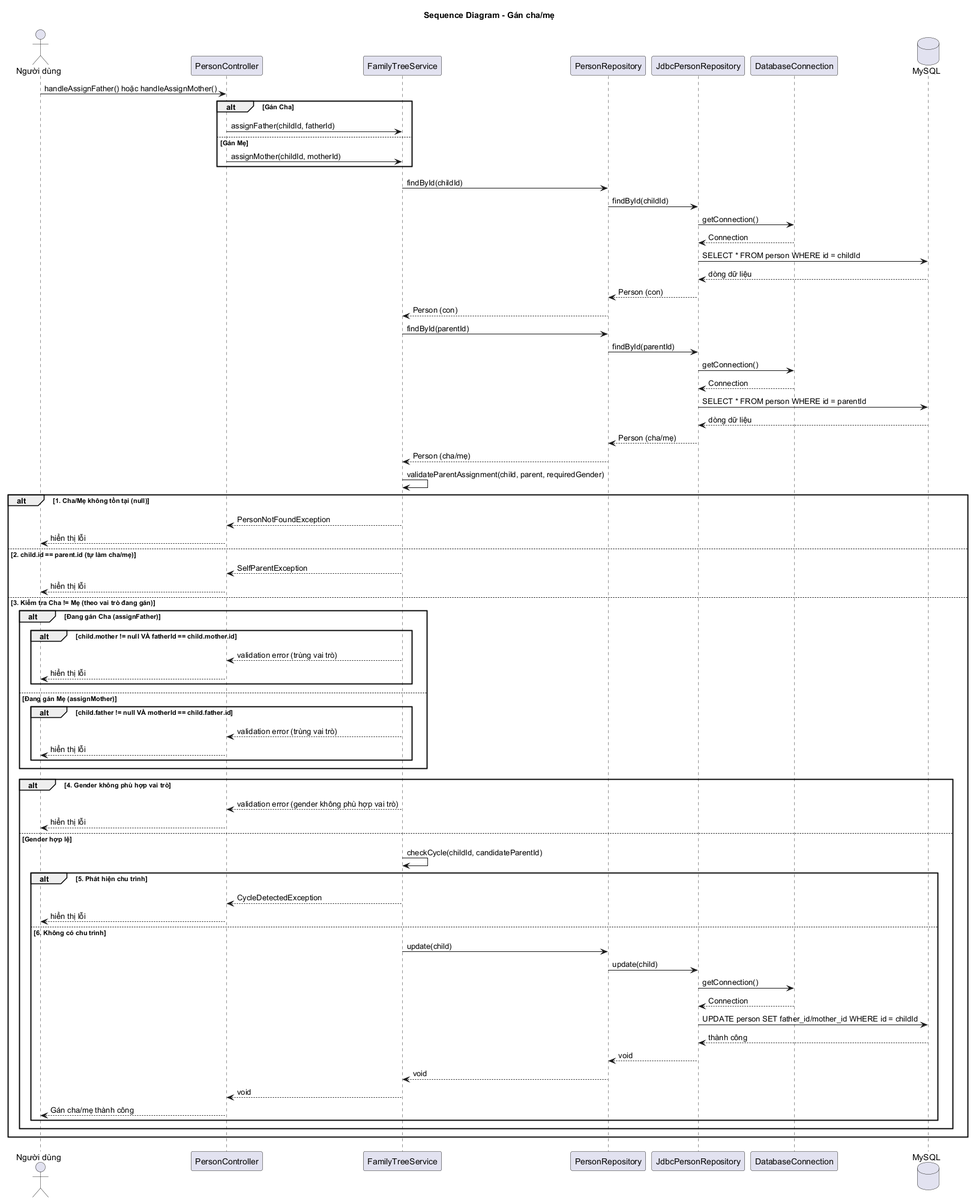
The PlantUML diagram docs/uml/sequence-assign-parent.png in minhchien170704/do-an-gia-pha, before a commit.
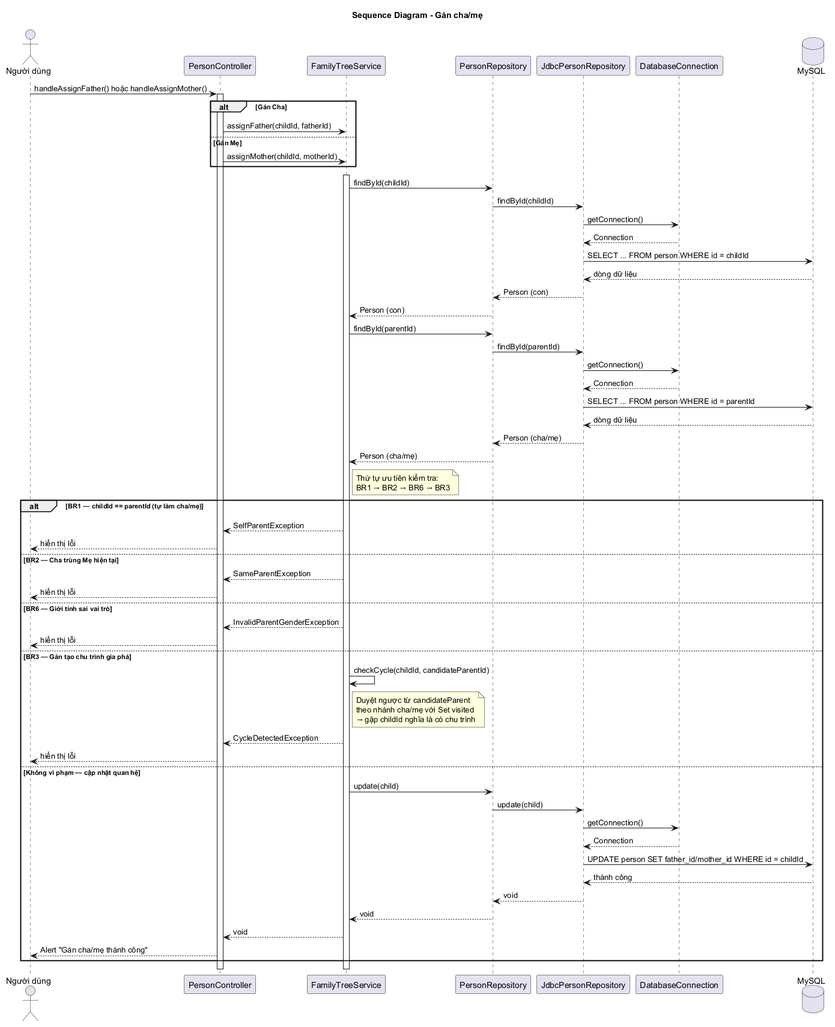
Later version of the same file.

Change to the diagram source:
```diff
@@ -11,18 +11,20 @@
 database "MySQL" as DB
 
 User -> Controller : handleAssignFather() hoặc handleAssignMother()
+activate Controller
 
 alt Gán Cha
     Controller -> Service : assignFather(childId, fatherId)
 else Gán Mẹ
     Controller -> Service : assignMother(childId, motherId)
 end
+activate Service
 
 Service -> Repo : findById(childId)
 Repo -> JdbcRepo : findById(childId)
 JdbcRepo -> DBConn : getConnection()
 DBConn --> JdbcRepo : Connection
-JdbcRepo -> DB : SELECT * FROM person WHERE id = childId
+JdbcRepo -> DB : SELECT ... FROM person WHERE id = childId
 DB --> JdbcRepo : dòng dữ liệu
 JdbcRepo --> Repo : Person (con)
 Repo --> Service : Person (con)
@@ -31,59 +33,52 @@
 Repo -> JdbcRepo : findById(parentId)
 JdbcRepo -> DBConn : getConnection()
 DBConn --> JdbcRepo : Connection
-JdbcRepo -> DB : SELECT * FROM person WHERE id = parentId
+JdbcRepo -> DB : SELECT ... FROM person WHERE id = parentId
 DB --> JdbcRepo : dòng dữ liệu
 JdbcRepo --> Repo : Person (cha/mẹ)
 Repo --> Service : Person (cha/mẹ)
 
-Service -> Service : validateParentAssignment(child, parent, requiredGender)
+note right of Service
+  Thứ tự ưu tiên kiểm tra:
+  BR1 → BR2 → BR6 → BR3
+end note
 
-alt 1. Cha/Mẹ không tồn tại (null)
-    Service --> Controller : PersonNotFoundException
-    Controller --> User : hiển thị lỗi
-
-else 2. child.id == parent.id (tự làm cha/mẹ)
+alt BR1 — childId == parentId (tự làm cha/mẹ)
     Service --> Controller : SelfParentException
     Controller --> User : hiển thị lỗi
 
-else 3. Kiểm tra Cha != Mẹ (theo vai trò đang gán)
+else BR2 — Cha trùng Mẹ hiện tại
+    Service --> Controller : SameParentException
+    Controller --> User : hiển thị lỗi
 
-    alt Đang gán Cha (assignFather)
-        alt child.mother != null VÀ fatherId == child.mother.id
-            Service --> Controller : validation error (trùng vai trò)
-            Controller --> User : hiển thị lỗi
-        end
-    else Đang gán Mẹ (assignMother)
-        alt child.father != null VÀ motherId == child.father.id
-            Service --> Controller : validation error (trùng vai trò)
-            Controller --> User : hiển thị lỗi
-        end
-    end
+else BR6 — Giới tính sai vai trò
+    Service --> Controller : InvalidParentGenderException
+    Controller --> User : hiển thị lỗi
 
-    alt 4. Gender không phù hợp vai trò
-        Service --> Controller : validation error (gender không phù hợp vai trò)
-        Controller --> User : hiển thị lỗi
+else BR3 — Gán tạo chu trình gia phả
+    Service -> Service : checkCycle(childId, candidateParentId)
+    note right of Service
+      Duyệt ngược từ candidateParent
+      theo nhánh cha/mẹ với Set visited
+      → gặp childId nghĩa là có chu trình
+    end note
+    Service --> Controller : CycleDetectedException
+    Controller --> User : hiển thị lỗi
 
-    else Gender hợp lệ
-        Service -> Service : checkCycle(childId, candidateParentId)
-
-        alt 5. Phát hiện chu trình
-            Service --> Controller : CycleDetectedException
-            Controller --> User : hiển thị lỗi
-
-        else 6. Không có chu trình
-            Service -> Repo : update(child)
-            Repo -> JdbcRepo : update(child)
-            JdbcRepo -> DBConn : getConnection()
-            DBConn --> JdbcRepo : Connection
-            JdbcRepo -> DB : UPDATE person SET father_id/mother_id WHERE id = childId
-            DB --> JdbcRepo : thành công
-            JdbcRepo --> Repo : void
-            Repo --> Service : void
-            Service --> Controller : void
-            Controller --> User : Gán cha/mẹ thành công
-        end
-    end
+else Không vi phạm — cập nhật quan hệ
+    Service -> Repo : update(child)
+    Repo -> JdbcRepo : update(child)
+    JdbcRepo -> DBConn : getConnection()
+    DBConn --> JdbcRepo : Connection
+    JdbcRepo -> DB : UPDATE person SET father_id/mother_id WHERE id = childId
+    DB --> JdbcRepo : thành công
+    JdbcRepo --> Repo : void
+    Repo --> Service : void
+    Service --> Controller : void
+    Controller --> User : Alert "Gán cha/mẹ thành công"
 end
 
+deactivate Service
+deactivate Controller
+
 @enduml
```
